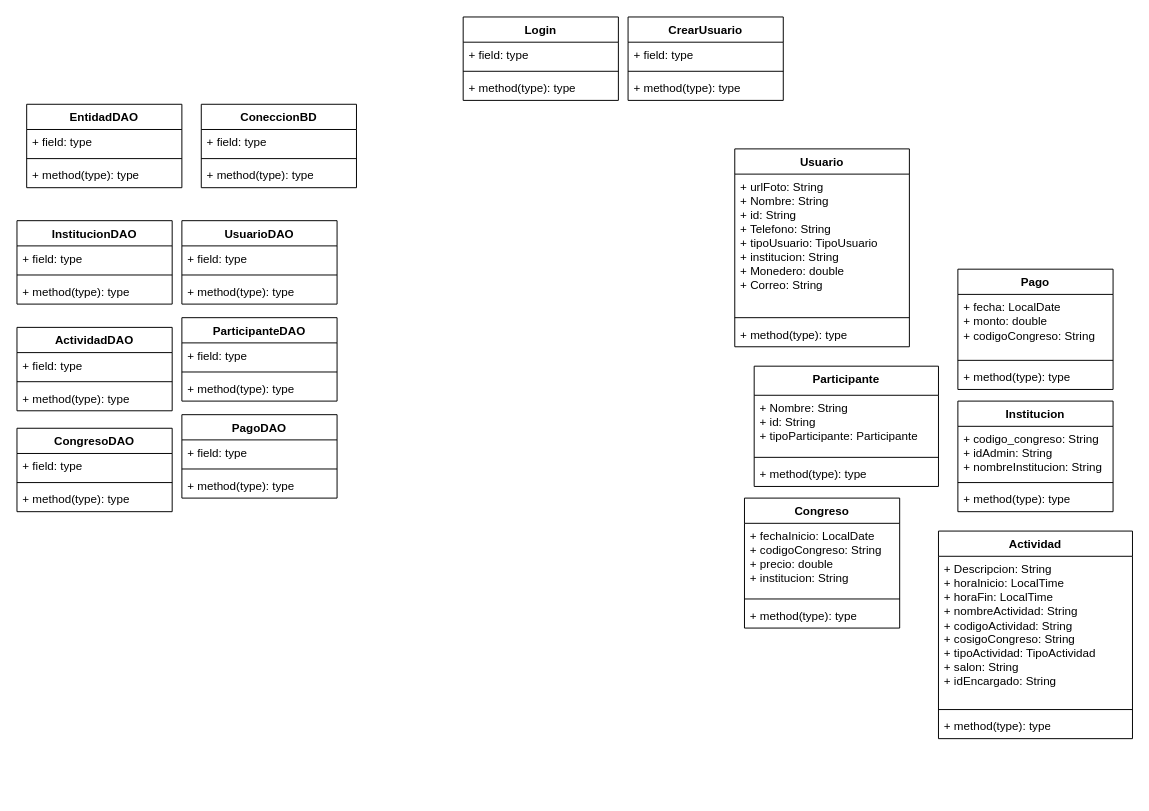
The draw.io diagram Diagrama de clases IPC2 Proyecto1.drawio in julioOv-1104/Proyecto1-IPC2-AppWeb, before the edit. Source tidied: cells renumbered, new cells numbered last; positions are measured from the earlier drawing's top-left corner, leaving out a move shared by most shapes. Both pictures are drawn from the tidied source at 97%, with x=0, y=0 at pixel (16, 16).
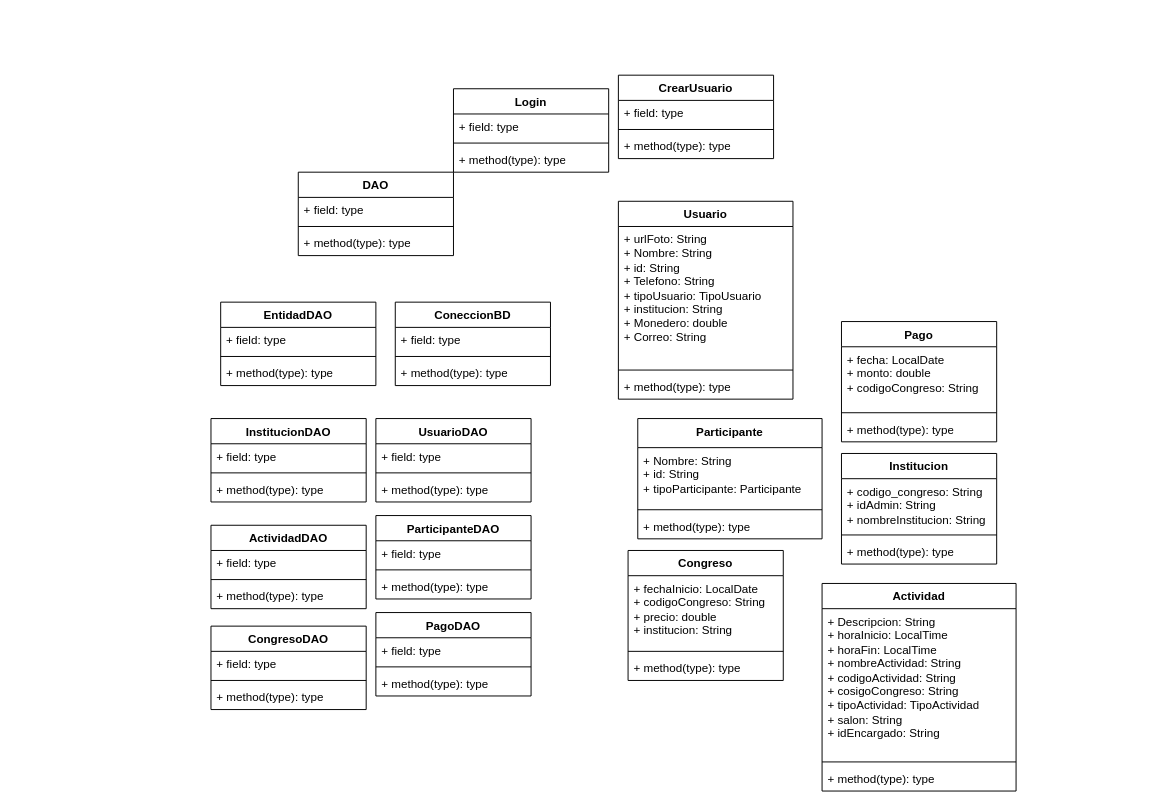
The same page after the edit.

Diff of the diagram source:
```diff
@@
     <mxCell id="2" value="Login" style="swimlane;fontStyle=1;align=center;verticalAlign=top;horizontal=1;startSize=26;whiteSpace=wrap;html=1;" parent="1" vertex="1">
-      <mxGeometry x="460" width="160" height="86" as="geometry" />
+      <mxGeometry x="450" y="74" width="160" height="86" as="geometry" />
     </mxCell>
@@
     <mxCell id="6" value="CrearUsuario" style="swimlane;fontStyle=1;align=center;verticalAlign=top;horizontal=1;startSize=26;whiteSpace=wrap;html=1;" parent="1" vertex="1">
-      <mxGeometry x="630" width="160" height="86" as="geometry" />
+      <mxGeometry x="620" y="60" width="160" height="86" as="geometry" />
     </mxCell>
@@
     <mxCell id="10" value="Usuario" style="swimlane;fontStyle=1;align=center;verticalAlign=top;horizontal=1;startSize=26;whiteSpace=wrap;html=1;" parent="1" vertex="1">
-      <mxGeometry x="740" y="136" width="180" height="204" as="geometry" />
+      <mxGeometry x="620" y="190" width="180" height="204" as="geometry" />
     </mxCell>
@@
     <mxCell id="14" value="EntidadDAO" style="swimlane;fontStyle=1;align=center;verticalAlign=top;horizontal=1;startSize=26;whiteSpace=wrap;html=1;" parent="1" vertex="1">
-      <mxGeometry x="10" y="90" width="160" height="86" as="geometry" />
+      <mxGeometry x="210" y="294" width="160" height="86" as="geometry" />
     </mxCell>
@@
     <mxCell id="18" value="ConeccionBD" style="swimlane;fontStyle=1;align=center;verticalAlign=top;horizontal=1;startSize=26;whiteSpace=wrap;html=1;" parent="1" vertex="1">
-      <mxGeometry x="190" y="90" width="160" height="86" as="geometry" />
+      <mxGeometry x="390" y="294" width="160" height="86" as="geometry" />
     </mxCell>
@@
     <mxCell id="22" value="Participante" style="swimlane;fontStyle=1;align=center;verticalAlign=top;horizontal=1;startSize=30;whiteSpace=wrap;html=1;" parent="1" vertex="1">
-      <mxGeometry x="760" y="360" width="190" height="124" as="geometry" />
+      <mxGeometry x="640" y="414" width="190" height="124" as="geometry" />
     </mxCell>
@@
     <mxCell id="26" value="UsuarioDAO" style="swimlane;fontStyle=1;align=center;verticalAlign=top;horizontal=1;startSize=26;whiteSpace=wrap;html=1;" parent="1" vertex="1">
-      <mxGeometry x="170" y="210" width="160" height="86" as="geometry" />
+      <mxGeometry x="370" y="414" width="160" height="86" as="geometry" />
     </mxCell>
@@
     <mxCell id="30" value="ParticipanteDAO" style="swimlane;fontStyle=1;align=center;verticalAlign=top;horizontal=1;startSize=26;whiteSpace=wrap;html=1;" parent="1" vertex="1">
-      <mxGeometry x="170" y="310" width="160" height="86" as="geometry" />
+      <mxGeometry x="370" y="514" width="160" height="86" as="geometry" />
     </mxCell>
@@
     <mxCell id="34" value="Pago" style="swimlane;fontStyle=1;align=center;verticalAlign=top;horizontal=1;startSize=26;whiteSpace=wrap;html=1;" parent="1" vertex="1">
-      <mxGeometry x="970" y="260" width="160" height="124" as="geometry" />
+      <mxGeometry x="850" y="314" width="160" height="124" as="geometry" />
     </mxCell>
@@
     <mxCell id="38" value="PagoDAO" style="swimlane;fontStyle=1;align=center;verticalAlign=top;horizontal=1;startSize=26;whiteSpace=wrap;html=1;" parent="1" vertex="1">
-      <mxGeometry x="170" y="410" width="160" height="86" as="geometry" />
+      <mxGeometry x="370" y="614" width="160" height="86" as="geometry" />
     </mxCell>
@@
     <mxCell id="42" value="Institucion" style="swimlane;fontStyle=1;align=center;verticalAlign=top;horizontal=1;startSize=26;whiteSpace=wrap;html=1;" parent="1" vertex="1">
-      <mxGeometry x="970" y="396" width="160" height="114" as="geometry" />
+      <mxGeometry x="850" y="450" width="160" height="114" as="geometry" />
     </mxCell>
@@
     <mxCell id="46" value="InstitucionDAO" style="swimlane;fontStyle=1;align=center;verticalAlign=top;horizontal=1;startSize=26;whiteSpace=wrap;html=1;" parent="1" vertex="1">
-      <mxGeometry y="210" width="160" height="86" as="geometry" />
+      <mxGeometry x="200" y="414" width="160" height="86" as="geometry" />
     </mxCell>
@@
     <mxCell id="50" value="Actividad" style="swimlane;fontStyle=1;align=center;verticalAlign=top;horizontal=1;startSize=26;whiteSpace=wrap;html=1;" parent="1" vertex="1">
-      <mxGeometry x="950" y="530" width="200" height="214" as="geometry" />
+      <mxGeometry x="830" y="584" width="200" height="214" as="geometry" />
     </mxCell>
@@
     <mxCell id="54" value="ActividadDAO" style="swimlane;fontStyle=1;align=center;verticalAlign=top;horizontal=1;startSize=26;whiteSpace=wrap;html=1;" parent="1" vertex="1">
-      <mxGeometry y="320" width="160" height="86" as="geometry" />
+      <mxGeometry x="200" y="524" width="160" height="86" as="geometry" />
     </mxCell>
@@
     <mxCell id="58" value="Congreso" style="swimlane;fontStyle=1;align=center;verticalAlign=top;horizontal=1;startSize=26;whiteSpace=wrap;html=1;" parent="1" vertex="1">
-      <mxGeometry x="750" y="496" width="160" height="134" as="geometry" />
+      <mxGeometry x="630" y="550" width="160" height="134" as="geometry" />
     </mxCell>
@@
     <mxCell id="62" value="CongresoDAO" style="swimlane;fontStyle=1;align=center;verticalAlign=top;horizontal=1;startSize=26;whiteSpace=wrap;html=1;" parent="1" vertex="1">
-      <mxGeometry y="424" width="160" height="86" as="geometry" />
+      <mxGeometry x="200" y="628" width="160" height="86" as="geometry" />
     </mxCell>
@@
+    <mxCell id="66" value="DAO" style="swimlane;fontStyle=1;align=center;verticalAlign=top;horizontal=1;startSize=26;whiteSpace=wrap;html=1;" parent="1" vertex="1">
+      <mxGeometry x="290" y="160" width="160" height="86" as="geometry" />
+    </mxCell>
+    <mxCell id="67" value="+ field: type" style="text;strokeColor=none;fillColor=none;align=left;verticalAlign=top;spacingLeft=4;spacingRight=4;overflow=hidden;whiteSpace=wrap;html=1;" parent="66" vertex="1">
+      <mxGeometry y="26" width="160" height="26" as="geometry" />
+    </mxCell>
+    <mxCell id="68" style="line;strokeWidth=1;fillColor=none;align=left;verticalAlign=middle;spacingTop=-1;spacingLeft=3;spacingRight=3;labelPosition=right;strokeColor=inherit;" parent="66" vertex="1">
+      <mxGeometry y="52" width="160" height="8" as="geometry" />
+    </mxCell>
+    <mxCell id="69" value="+ method(type): type" style="text;strokeColor=none;fillColor=none;align=left;verticalAlign=top;spacingLeft=4;spacingRight=4;overflow=hidden;whiteSpace=wrap;html=1;" parent="66" vertex="1">
+      <mxGeometry y="60" width="160" height="26" as="geometry" />
+    </mxCell>
```
